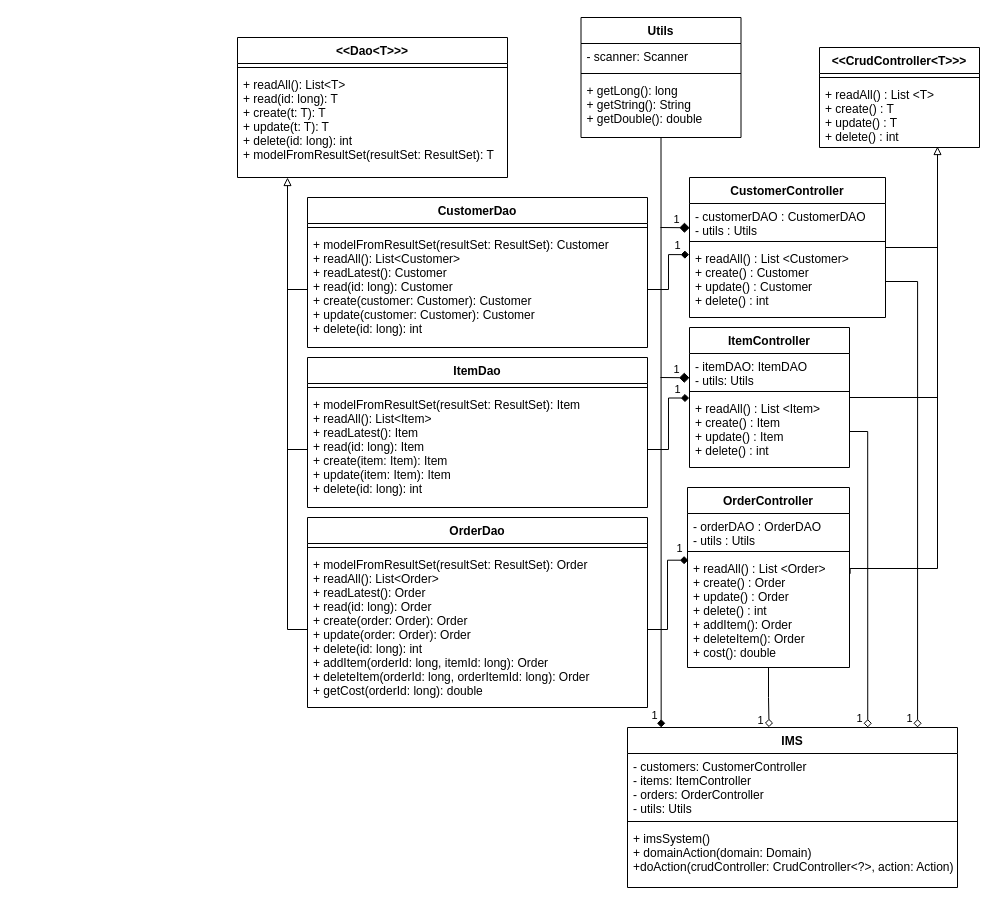
The draw.io diagram Design & Documentation/IMSUML.drawio in DavidBarringerQA/IMS-Project, before the edit. Source tidied: cells renumbered, new cells numbered last; positions are measured from the earlier drawing's top-left corner, leaving out a move shared by most shapes. Both pictures are drawn from the tidied source at 100%, with x=0, y=0 at pixel (237, 17).
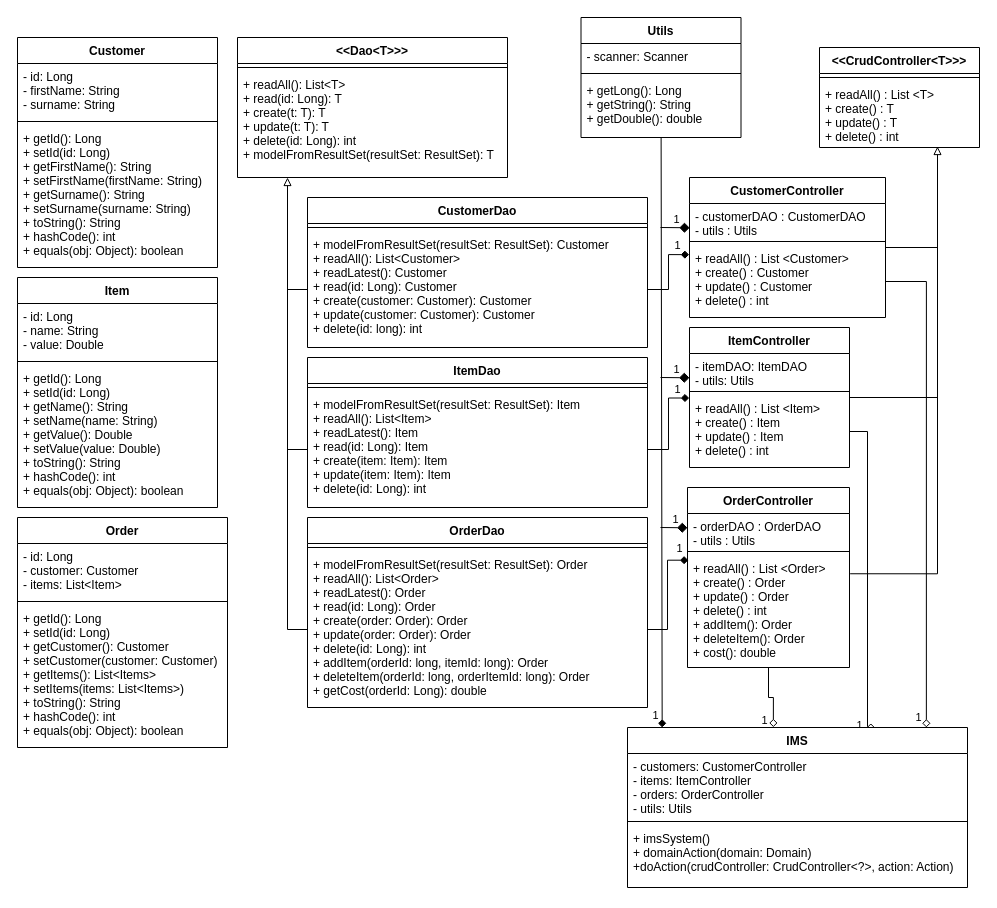
The same page after the edit.

Commit message (it also covers changes not shown here):
Completed UML diagram

Unchanged cells that the change refers to:
```xml
<mxCell id="21" value="+ readAll() : List &lt;Order&gt;&#10;+ create() : Order&#10;+ update() : Order&#10;+ delete() : int&#10;+ addItem(): Order&#10;+ deleteItem(): Order&#10;+ cost(): double" style="text;strokeColor=none;fillColor=none;align=left;verticalAlign=top;spacingLeft=4;spacingRight=4;overflow=hidden;points=[[0,0.5],[1,0.5]];portConstraint=eastwest;" parent="18" vertex="1">
  <mxGeometry y="68" width="162" height="112" as="geometry" />
</mxCell>
<mxCell id="22" value="&lt;&lt;Dao&lt;T&gt;&gt;&gt;" style="swimlane;fontStyle=1;align=center;verticalAlign=top;horizontal=1;startSize=26;" parent="1" vertex="1">
  <mxGeometry y="20" width="270" height="140" as="geometry" />
</mxCell>
<mxCell id="25" value="CustomerDao" style="swimlane;fontStyle=1;align=center;verticalAlign=top;horizontal=1;startSize=26;" parent="1" vertex="1">
  <mxGeometry x="70" y="180" width="340" height="150" as="geometry" />
</mxCell>
<mxCell id="28" value="ItemDao" style="swimlane;fontStyle=1;align=center;verticalAlign=top;horizontal=1;startSize=26;" parent="1" vertex="1">
  <mxGeometry x="70" y="340" width="340" height="150" as="geometry" />
</mxCell>
<mxCell id="31" value="OrderDao" style="swimlane;fontStyle=1;align=center;verticalAlign=top;horizontal=1;startSize=26;" parent="1" vertex="1">
  <mxGeometry x="70" y="500" width="340" height="190" as="geometry" />
</mxCell>
<mxCell id="46" value="Utils" style="swimlane;fontStyle=1;align=center;verticalAlign=top;horizontal=1;startSize=26;" parent="1" vertex="1">
  <mxGeometry x="343.5" width="160" height="120" as="geometry" />
</mxCell>
```

Diff of the diagram source:
```diff
@@
     <mxCell id="16" style="edgeStyle=orthogonalEdgeStyle;rounded=0;jettySize=auto;html=1;endArrow=none;endFill=0;exitX=1.004;exitY=0.163;exitDx=0;exitDy=0;exitPerimeter=0;" parent="1" edge="1" source="21">
       <mxGeometry relative="1" as="geometry">
         <mxPoint x="700" y="220" as="targetPoint" />
         <Array as="points">
-          <mxPoint x="700" y="551" />
-          <mxPoint x="700" y="220" />
+          <mxPoint x="700" y="556" />
         </Array>
       </mxGeometry>
     </mxCell>
@@
-    <mxCell id="24" value="+ readAll(): List&lt;T&gt;&#10;+ read(id: long): T&#10;+ create(t: T): T&#10;+ update(t: T): T&#10;+ delete(id: long): int&#10;+ modelFromResultSet(resultSet: ResultSet): T" style="text;strokeColor=none;fillColor=none;align=left;verticalAlign=top;spacingLeft=4;spacingRight=4;overflow=hidden;" parent="22" vertex="1">
+    <mxCell id="24" value="+ readAll(): List&lt;T&gt;&#10;+ read(id: Long): T&#10;+ create(t: T): T&#10;+ update(t: T): T&#10;+ delete(id: Long): int&#10;+ modelFromResultSet(resultSet: ResultSet): T" style="text;strokeColor=none;fillColor=none;align=left;verticalAlign=top;spacingLeft=4;spacingRight=4;overflow=hidden;" parent="22" vertex="1">
       <mxGeometry y="34" width="270" height="106" as="geometry" />
     </mxCell>
@@
-    <mxCell id="27" value="+ modelFromResultSet(resultSet: ResultSet): Customer&#10;+ readAll(): List&lt;Customer&gt;&#10;+ readLatest(): Customer&#10;+ read(id: long): Customer&#10;+ create(customer: Customer): Customer&#10;+ update(customer: Customer): Customer&#10;+ delete(id: long): int" style="text;strokeColor=none;fillColor=none;align=left;verticalAlign=top;spacingLeft=4;spacingRight=4;overflow=hidden;points=[[0,0.5],[1,0.5]];portConstraint=eastwest;" parent="25" vertex="1">
+    <mxCell id="27" value="+ modelFromResultSet(resultSet: ResultSet): Customer&#10;+ readAll(): List&lt;Customer&gt;&#10;+ readLatest(): Customer&#10;+ read(id: Long): Customer&#10;+ create(customer: Customer): Customer&#10;+ update(customer: Customer): Customer&#10;+ delete(id: long): int" style="text;strokeColor=none;fillColor=none;align=left;verticalAlign=top;spacingLeft=4;spacingRight=4;overflow=hidden;points=[[0,0.5],[1,0.5]];portConstraint=eastwest;" parent="25" vertex="1">
       <mxGeometry y="34" width="340" height="116" as="geometry" />
     </mxCell>
@@
-    <mxCell id="30" value="+ modelFromResultSet(resultSet: ResultSet): Item&#10;+ readAll(): List&lt;Item&gt;&#10;+ readLatest(): Item&#10;+ read(id: long): Item&#10;+ create(item: Item): Item&#10;+ update(item: Item): Item&#10;+ delete(id: long): int" style="text;strokeColor=none;fillColor=none;align=left;verticalAlign=top;spacingLeft=4;spacingRight=4;overflow=hidden;points=[[0,0.5],[1,0.5]];portConstraint=eastwest;" parent="28" vertex="1">
+    <mxCell id="30" value="+ modelFromResultSet(resultSet: ResultSet): Item&#10;+ readAll(): List&lt;Item&gt;&#10;+ readLatest(): Item&#10;+ read(id: Long): Item&#10;+ create(item: Item): Item&#10;+ update(item: Item): Item&#10;+ delete(id: Long): int" style="text;strokeColor=none;fillColor=none;align=left;verticalAlign=top;spacingLeft=4;spacingRight=4;overflow=hidden;points=[[0,0.5],[1,0.5]];portConstraint=eastwest;" parent="28" vertex="1">
       <mxGeometry y="34" width="340" height="116" as="geometry" />
     </mxCell>
@@
-    <mxCell id="33" value="+ modelFromResultSet(resultSet: ResultSet): Order&#10;+ readAll(): List&lt;Order&gt;&#10;+ readLatest(): Order&#10;+ read(id: long): Order&#10;+ create(order: Order): Order&#10;+ update(order: Order): Order&#10;+ delete(id: long): int&#10;+ addItem(orderId: long, itemId: long): Order&#10;+ deleteItem(orderId: long, orderItemId: long): Order&#10;+ getCost(orderId: long): double" style="text;strokeColor=none;fillColor=none;align=left;verticalAlign=top;spacingLeft=4;spacingRight=4;overflow=hidden;points=[[0,0.5],[1,0.5]];portConstraint=eastwest;" parent="31" vertex="1">
+    <mxCell id="33" value="+ modelFromResultSet(resultSet: ResultSet): Order&#10;+ readAll(): List&lt;Order&gt;&#10;+ readLatest(): Order&#10;+ read(id: Long): Order&#10;+ create(order: Order): Order&#10;+ update(order: Order): Order&#10;+ delete(id: Long): int&#10;+ addItem(orderId: long, itemId: long): Order&#10;+ deleteItem(orderId: long, orderItemId: long): Order&#10;+ getCost(orderId: Long): double" style="text;strokeColor=none;fillColor=none;align=left;verticalAlign=top;spacingLeft=4;spacingRight=4;overflow=hidden;points=[[0,0.5],[1,0.5]];portConstraint=eastwest;" parent="31" vertex="1">
       <mxGeometry y="34" width="340" height="156" as="geometry" />
     </mxCell>
@@
     <mxCell id="40" value="IMS" style="swimlane;fontStyle=1;align=center;verticalAlign=top;horizontal=1;startSize=26;" parent="1" vertex="1">
-      <mxGeometry x="390" y="710" width="330" height="160" as="geometry" />
+      <mxGeometry x="390" y="710" width="340" height="160" as="geometry" />
     </mxCell>
     <mxCell id="41" value="- customers: CustomerController&#10;- items: ItemController&#10;- orders: OrderController&#10;- utils: Utils" style="text;strokeColor=none;fillColor=none;align=left;verticalAlign=top;spacingLeft=4;spacingRight=4;overflow=hidden;" parent="40" vertex="1">
-      <mxGeometry y="26" width="330" height="64" as="geometry" />
+      <mxGeometry y="26" width="340" height="64" as="geometry" />
     </mxCell>
     <mxCell id="42" style="line;strokeWidth=1;fillColor=none;align=left;verticalAlign=middle;spacingTop=-1;spacingLeft=3;spacingRight=3;labelPosition=right;" parent="40" vertex="1">
-      <mxGeometry y="90" width="330" height="8" as="geometry" />
+      <mxGeometry y="90" width="340" height="8" as="geometry" />
     </mxCell>
     <mxCell id="43" value="+ imsSystem()&#10;+ domainAction(domain: Domain)&#10;+doAction(crudController: CrudController&lt;?&gt;, action: Action)" style="text;strokeColor=none;fillColor=none;align=left;verticalAlign=top;spacingLeft=4;spacingRight=4;overflow=hidden;" parent="40" vertex="1">
-      <mxGeometry y="98" width="330" height="62" as="geometry" />
+      <mxGeometry y="98" width="340" height="62" as="geometry" />
     </mxCell>
@@
-    <mxCell id="49" value="+ getLong(): long&#10;+ getString(): String&#10;+ getDouble(): double" style="text;strokeColor=none;fillColor=none;align=left;verticalAlign=top;spacingLeft=4;spacingRight=4;overflow=hidden;" parent="46" vertex="1">
+    <mxCell id="49" value="+ getLong(): Long&#10;+ getString(): String&#10;+ getDouble(): double" style="text;strokeColor=none;fillColor=none;align=left;verticalAlign=top;spacingLeft=4;spacingRight=4;overflow=hidden;" parent="46" vertex="1">
       <mxGeometry y="60" width="160" height="60" as="geometry" />
     </mxCell>
@@
+    <mxCell id="52" value="Customer" style="swimlane;fontStyle=1;align=center;verticalAlign=top;horizontal=1;startSize=26;" parent="1" vertex="1">
+      <mxGeometry x="-220" y="20" width="200" height="230" as="geometry" />
+    </mxCell>
+    <mxCell id="53" value="- id: Long&#10;- firstName: String&#10;- surname: String" style="text;strokeColor=none;fillColor=none;align=left;verticalAlign=top;spacingLeft=4;spacingRight=4;overflow=hidden;" parent="52" vertex="1">
+      <mxGeometry y="26" width="200" height="54" as="geometry" />
+    </mxCell>
+    <mxCell id="54" style="line;strokeWidth=1;fillColor=none;align=left;verticalAlign=middle;spacingTop=-1;spacingLeft=3;spacingRight=3;labelPosition=right;" parent="52" vertex="1">
+      <mxGeometry y="80" width="200" height="8" as="geometry" />
+    </mxCell>
+    <mxCell id="55" value="+ getId(): Long&#10;+ setId(id: Long)&#10;+ getFirstName(): String&#10;+ setFirstName(firstName: String)&#10;+ getSurname(): String&#10;+ setSurname(surname: String)&#10;+ toString(): String&#10;+ hashCode(): int&#10;+ equals(obj: Object): boolean" style="text;strokeColor=none;fillColor=none;align=left;verticalAlign=top;spacingLeft=4;spacingRight=4;overflow=hidden;" parent="52" vertex="1">
+      <mxGeometry y="88" width="200" height="142" as="geometry" />
+    </mxCell>
+    <mxCell id="56" value="Item" style="swimlane;fontStyle=1;align=center;verticalAlign=top;horizontal=1;startSize=26;" parent="1" vertex="1">
+      <mxGeometry x="-220" y="260" width="200" height="230" as="geometry" />
+    </mxCell>
+    <mxCell id="57" value="- id: Long&#10;- name: String&#10;- value: Double" style="text;strokeColor=none;fillColor=none;align=left;verticalAlign=top;spacingLeft=4;spacingRight=4;overflow=hidden;" parent="56" vertex="1">
+      <mxGeometry y="26" width="200" height="54" as="geometry" />
+    </mxCell>
+    <mxCell id="58" style="line;strokeWidth=1;fillColor=none;align=left;verticalAlign=middle;spacingTop=-1;spacingLeft=3;spacingRight=3;labelPosition=right;" parent="56" vertex="1">
+      <mxGeometry y="80" width="200" height="8" as="geometry" />
+    </mxCell>
+    <mxCell id="59" value="+ getId(): Long&#10;+ setId(id: Long)&#10;+ getName(): String&#10;+ setName(name: String)&#10;+ getValue(): Double&#10;+ setValue(value: Double)&#10;+ toString(): String&#10;+ hashCode(): int&#10;+ equals(obj: Object): boolean" style="text;strokeColor=none;fillColor=none;align=left;verticalAlign=top;spacingLeft=4;spacingRight=4;overflow=hidden;" parent="56" vertex="1">
+      <mxGeometry y="88" width="200" height="142" as="geometry" />
+    </mxCell>
+    <mxCell id="60" value="Order" style="swimlane;fontStyle=1;align=center;verticalAlign=top;horizontal=1;startSize=26;" parent="1" vertex="1">
+      <mxGeometry x="-220" y="500" width="210" height="230" as="geometry" />
+    </mxCell>
+    <mxCell id="61" value="- id: Long&#10;- customer: Customer&#10;- items: List&lt;Item&gt;" style="text;strokeColor=none;fillColor=none;align=left;verticalAlign=top;spacingLeft=4;spacingRight=4;overflow=hidden;" parent="60" vertex="1">
+      <mxGeometry y="26" width="210" height="54" as="geometry" />
+    </mxCell>
+    <mxCell id="62" style="line;strokeWidth=1;fillColor=none;align=left;verticalAlign=middle;spacingTop=-1;spacingLeft=3;spacingRight=3;labelPosition=right;" parent="60" vertex="1">
+      <mxGeometry y="80" width="210" height="8" as="geometry" />
+    </mxCell>
+    <mxCell id="63" value="+ getId(): Long&#10;+ setId(id: Long)&#10;+ getCustomer(): Customer&#10;+ setCustomer(customer: Customer)&#10;+ getItems(): List&lt;Items&gt;&#10;+ setItems(items: List&lt;Items&gt;)&#10;+ toString(): String&#10;+ hashCode(): int&#10;+ equals(obj: Object): boolean" style="text;strokeColor=none;fillColor=none;align=left;verticalAlign=top;spacingLeft=4;spacingRight=4;overflow=hidden;" parent="60" vertex="1">
+      <mxGeometry y="88" width="210" height="142" as="geometry" />
+    </mxCell>
+    <mxCell id="64" value="1" style="endArrow=diamond;html=1;startSize=6;endSize=8;sourcePerimeterSpacing=0;targetPerimeterSpacing=6;verticalAlign=middle;endFill=1;entryX=0.001;entryY=0.714;entryDx=0;entryDy=0;entryPerimeter=0;spacingTop=-2;spacingLeft=-3;" parent="1" edge="1">
+      <mxGeometry x="0.16" y="7" relative="1" as="geometry">
+        <mxPoint x="423" y="510" as="sourcePoint" />
+        <mxPoint x="450" y="510.3" as="targetPoint" />
+      </mxGeometry>
+    </mxCell>
```
